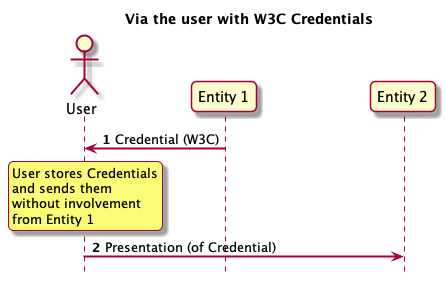
hesusruiz/docs keeps this PlantUML diagram as Storage/assets/flow_e1_user_e2.png. Above is the earlier version. The source it was exported from:
```plantuml
@startuml
autonumber
skinparam sequenceArrowThickness 2
skinparam roundcorner 10
skinparam ParticipantPadding 50
hide footbox

title Via the user with W3C Credentials

actor User
participant "Entity 1" as e1
participant "Entity 2" as e2

e1 -> User : Credential (W3C)
rnote over User
 User stores Credentials
 and sends them
 without involvement
 from Entity 1
endrnote

User -> e2 : Presentation (of Credential)

@enduml
```
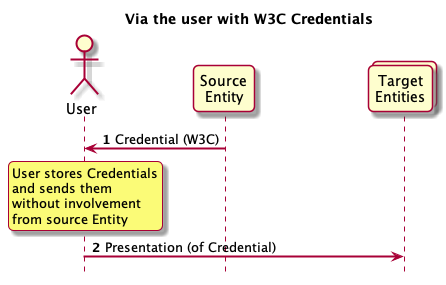
After the commit.

Diff of the diagram source:
```diff
@@ -8,15 +8,15 @@
 title Via the user with W3C Credentials
 
 actor User
-participant "Entity 1" as e1
-participant "Entity 2" as e2
+participant "Source\nEntity" as e1
+collections "Target\nEntities" as e2
 
 e1 -> User : Credential (W3C)
 rnote over User
  User stores Credentials
  and sends them
  without involvement
- from Entity 1
+ from source Entity
 endrnote
 
 User -> e2 : Presentation (of Credential)
```
